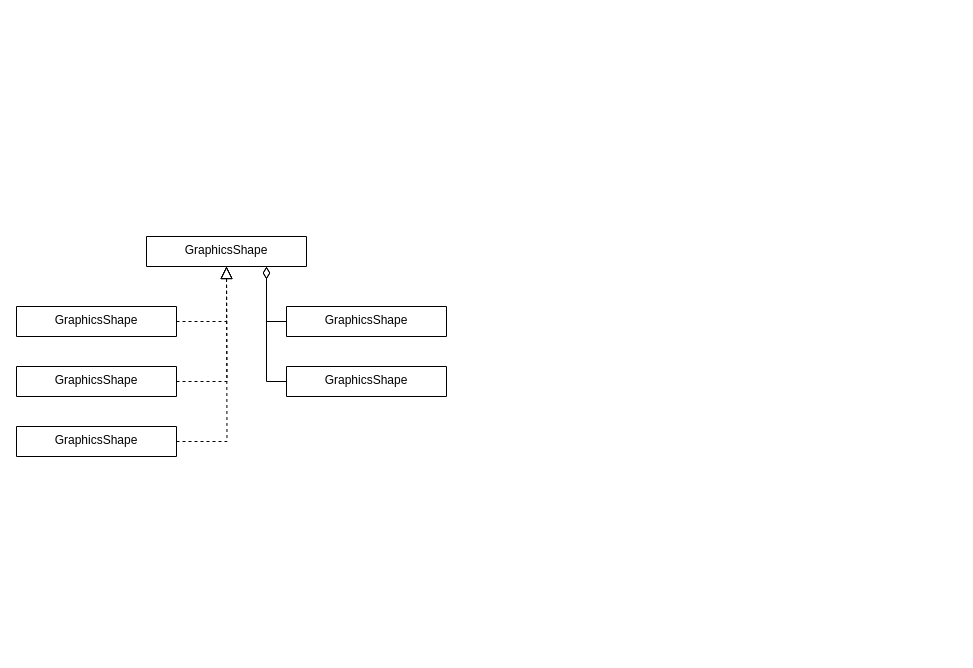
The draw.io diagram Untitled Diagram.drawio in Rishat22/GraphicsEditorArchitecture, before the edit. Source tidied: cells renumbered, new cells numbered last; positions are measured from the earlier drawing's top-left corner, leaving out a move shared by most shapes. Both pictures are drawn from the tidied source at 100%, with x=0, y=0 at pixel (16, 236).
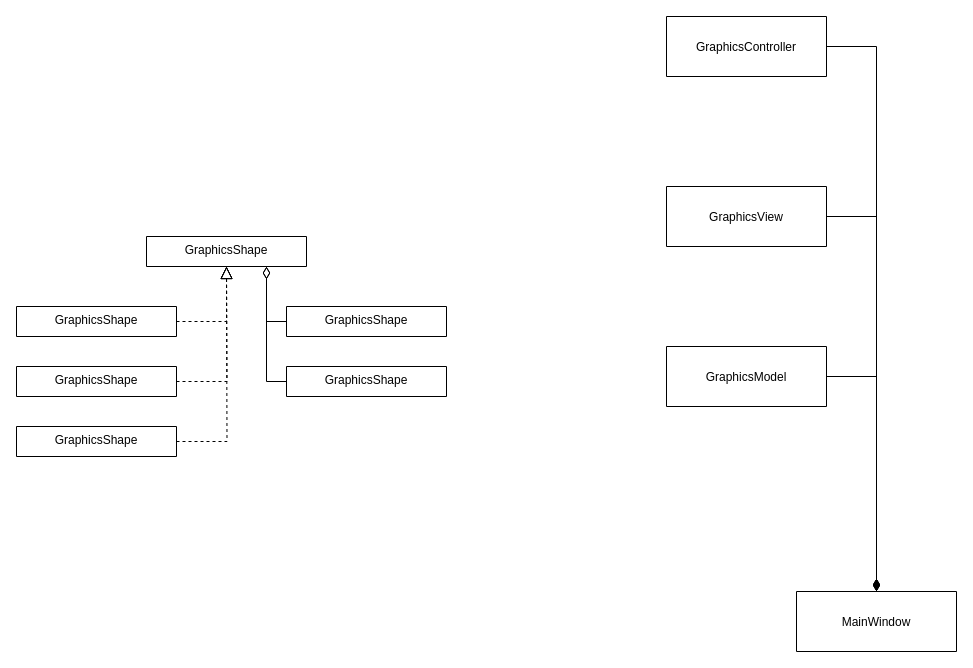
Above is the later version.

Commit message:
add GraphicsView, GraphicsModel, GraphicsController

What changed in the source:
```diff
@@
+    <mxCell id="13" style="edgeStyle=orthogonalEdgeStyle;rounded=0;jettySize=auto;html=1;exitX=1;exitY=0.5;exitDx=0;exitDy=0;entryX=0.5;entryY=0;entryDx=0;entryDy=0;endArrow=diamondThin;endFill=1;endSize=10;" parent="1" edge="1" source="14" target="15">
+      <mxGeometry relative="1" as="geometry" />
+    </mxCell>
+    <mxCell id="14" value="GraphicsModel" style="swimlane;fontStyle=0;align=center;verticalAlign=middle;horizontal=1;startSize=88;rounded=0;shadow=0;strokeWidth=1;" parent="1" vertex="1">
+      <mxGeometry x="650" y="110" width="160" height="60" as="geometry" />
+    </mxCell>
+    <mxCell id="15" value="MainWindow" style="swimlane;fontStyle=0;align=center;verticalAlign=middle;horizontal=1;startSize=88;rounded=0;shadow=0;strokeWidth=1;" parent="1" vertex="1">
+      <mxGeometry x="780" y="355" width="160" height="60" as="geometry" />
+    </mxCell>
+    <mxCell id="16" style="edgeStyle=orthogonalEdgeStyle;rounded=0;jettySize=auto;html=1;exitX=1;exitY=0.5;exitDx=0;exitDy=0;entryX=0.5;entryY=0;entryDx=0;entryDy=0;endArrow=diamondThin;endFill=1;endSize=10;" parent="1" edge="1" source="17" target="15">
+      <mxGeometry relative="1" as="geometry" />
+    </mxCell>
+    <mxCell id="17" value="GraphicsView" style="swimlane;fontStyle=0;align=center;verticalAlign=middle;horizontal=1;startSize=88;rounded=0;shadow=0;strokeWidth=1;" parent="1" vertex="1">
+      <mxGeometry x="650" y="-50" width="160" height="60" as="geometry" />
+    </mxCell>
+    <mxCell id="18" style="edgeStyle=orthogonalEdgeStyle;rounded=0;jettySize=auto;html=1;exitX=1;exitY=0.5;exitDx=0;exitDy=0;entryX=0.5;entryY=0;entryDx=0;entryDy=0;endArrow=diamondThin;endFill=1;endSize=10;" parent="1" edge="1" source="19" target="15">
+      <mxGeometry relative="1" as="geometry" />
+    </mxCell>
+    <mxCell id="19" value="GraphicsController" style="swimlane;fontStyle=0;align=center;verticalAlign=middle;horizontal=1;startSize=88;rounded=0;shadow=0;strokeWidth=1;" parent="1" vertex="1">
+      <mxGeometry x="650" y="-220" width="160" height="60" as="geometry" />
+    </mxCell>
```
